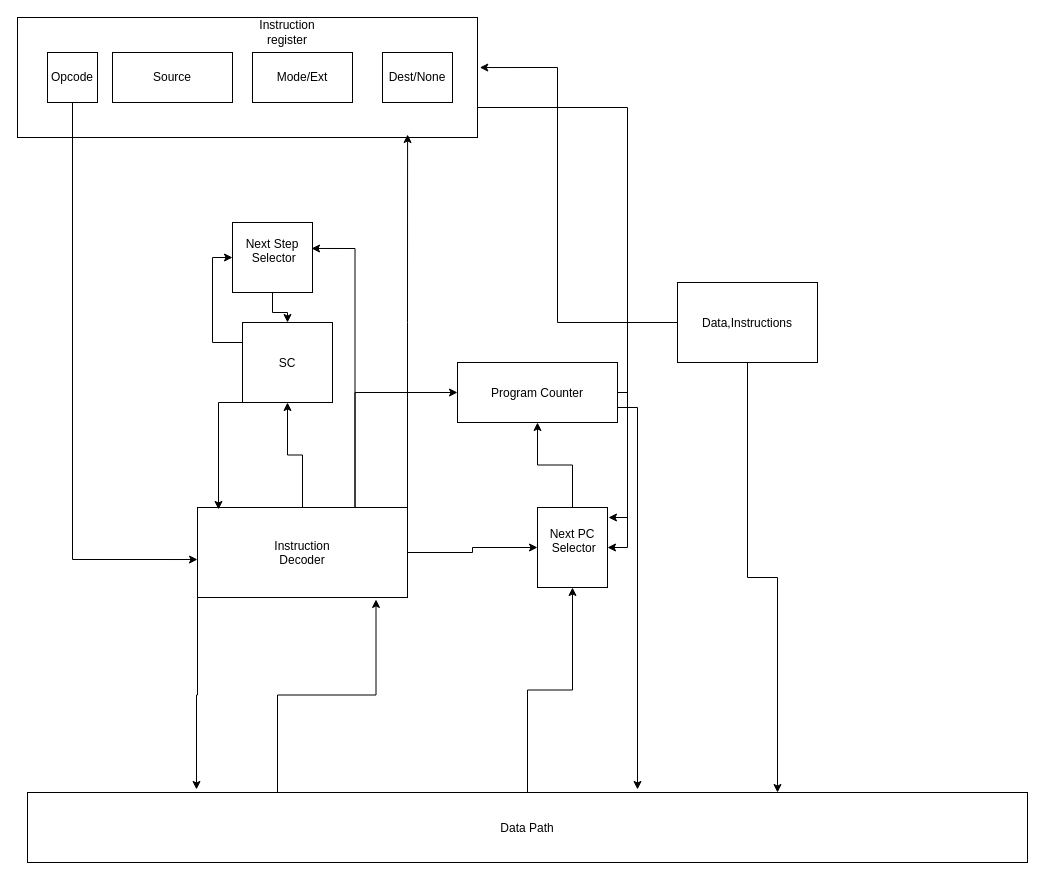
acrighthere/VTDungeon keeps this draw.io diagram as scheme.drawio. Above is the earlier version. Source tidied: cells renumbered, new cells numbered last; positions are measured from the earlier drawing's top-left corner, leaving out a move shared by most shapes. Both pictures are drawn from the tidied source at 100%, with x=0, y=0 at pixel (17, 17).
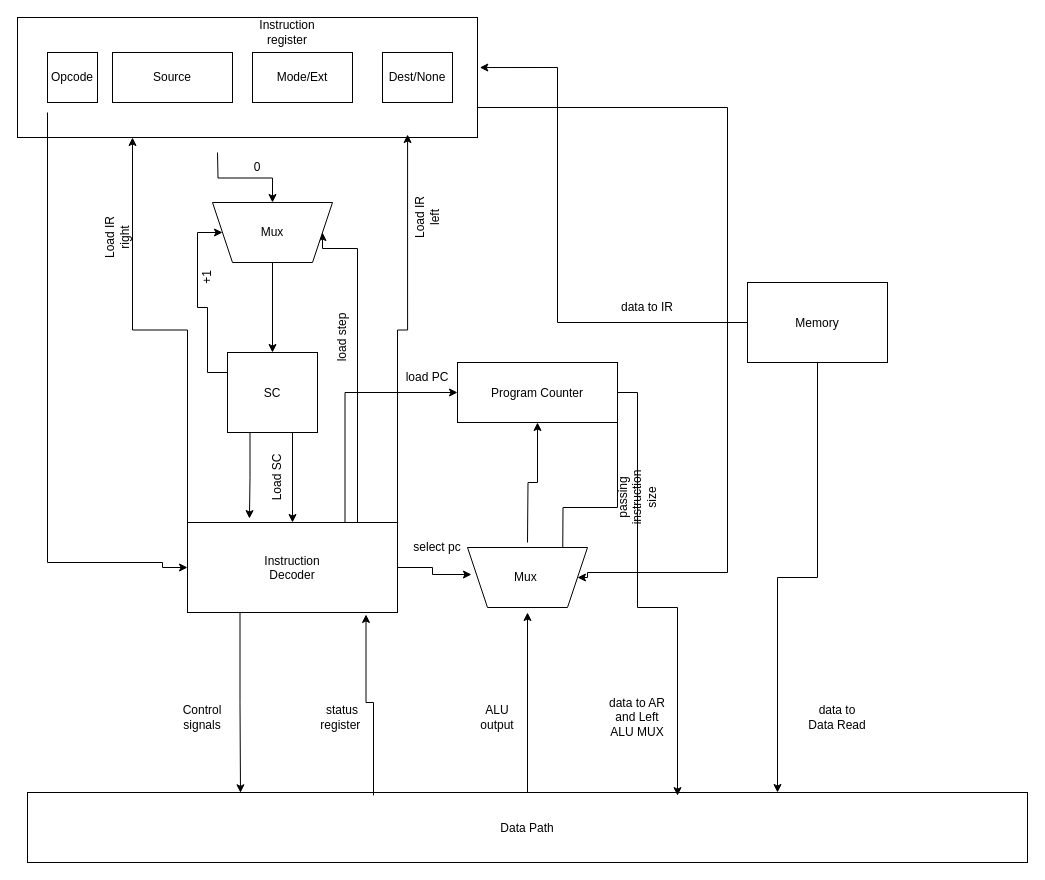
After the change.

The change refers to these unchanged cells:
```xml
<mxCell id="3" style="rounded=0;whiteSpace=wrap;html=1;" parent="1" vertex="1">
  <mxGeometry width="460" height="120" as="geometry" />
</mxCell>
<mxCell id="4" value="Opcode" style="whiteSpace=wrap;html=1;" parent="1" vertex="1">
  <mxGeometry x="30" y="35" width="50" height="50" as="geometry" />
</mxCell>
<mxCell id="16" value="Program Counter" parent="1" vertex="1">
  <mxGeometry x="440" y="345" width="160" height="60" as="geometry" />
</mxCell>
<mxCell id="22" value="Data Path" parent="1" vertex="1">
  <mxGeometry x="10" y="775" width="1000" height="70" as="geometry" />
</mxCell>
```

Change to the diagram source:
```diff
@@
-    <mxCell id="2" style="edgeStyle=orthogonalEdgeStyle;rounded=0;jettySize=auto;html=1;exitX=1;exitY=0.75;exitDx=0;exitDy=0;entryX=1;entryY=0.5;entryDx=0;entryDy=0;" parent="1" edge="1" source="3" target="18">
-      <mxGeometry relative="1" as="geometry" />
+    <mxCell id="2" style="edgeStyle=orthogonalEdgeStyle;rounded=0;jettySize=auto;html=1;exitX=1;exitY=0.75;exitDx=0;exitDy=0;entryX=0;entryY=0.5;entryDx=0;entryDy=0;" parent="1" edge="1" source="3" target="48">
+      <mxGeometry relative="1" as="geometry">
+        <Array as="points">
+          <mxPoint x="710" y="90" />
+          <mxPoint x="710" y="555" />
+          <mxPoint x="570" y="555" />
+          <mxPoint x="570" y="560" />
+        </Array>
+      </mxGeometry>
     </mxCell>
@@
-    <mxCell id="8" style="edgeStyle=orthogonalEdgeStyle;rounded=0;jettySize=auto;html=1;" parent="1" edge="1" source="9" target="11">
+    <mxCell id="8" style="edgeStyle=orthogonalEdgeStyle;rounded=0;jettySize=auto;html=1;exitX=0.5;exitY=0;exitDx=0;exitDy=0;" parent="1" edge="1" source="50" target="11">
       <mxGeometry relative="1" as="geometry" />
     </mxCell>
-    <mxCell id="9" value="Next Step&#10; Selector&#10;" parent="1" vertex="1">
-      <mxGeometry x="215" y="205" width="80" height="70" as="geometry" />
-    </mxCell>
-    <mxCell id="10" style="edgeStyle=orthogonalEdgeStyle;rounded=0;jettySize=auto;html=1;entryX=0;entryY=0.5;entryDx=0;entryDy=0;exitX=0;exitY=0.25;exitDx=0;exitDy=0;" parent="1" edge="1" source="11" target="9">
-      <mxGeometry relative="1" as="geometry" />
+    <mxCell id="10" style="edgeStyle=orthogonalEdgeStyle;rounded=0;jettySize=auto;html=1;exitX=0;exitY=0.25;exitDx=0;exitDy=0;entryX=1;entryY=0.5;entryDx=0;entryDy=0;" parent="1" edge="1" source="11" target="50">
+      <mxGeometry relative="1" as="geometry">
+        <Array as="points">
+          <mxPoint x="190" y="355" />
+          <mxPoint x="190" y="290" />
+          <mxPoint x="180" y="290" />
+          <mxPoint x="180" y="215" />
+        </Array>
+      </mxGeometry>
     </mxCell>
+    <mxCell id="33" style="edgeStyle=orthogonalEdgeStyle;rounded=0;jettySize=auto;html=1;exitX=0.75;exitY=1;exitDx=0;exitDy=0;entryX=0.5;entryY=0;entryDx=0;entryDy=0;" parent="1" edge="1" source="11" target="15">
+      <mxGeometry relative="1" as="geometry">
+        <Array as="points">
+          <mxPoint x="275" y="415" />
+        </Array>
+      </mxGeometry>
+    </mxCell>
     <mxCell id="11" value="SC" parent="1" vertex="1">
-      <mxGeometry x="225" y="305" width="90" height="80" as="geometry" />
+      <mxGeometry x="210" y="335" width="90" height="80" as="geometry" />
     </mxCell>
-    <mxCell id="12" style="edgeStyle=orthogonalEdgeStyle;rounded=0;jettySize=auto;html=1;entryX=0.5;entryY=1;entryDx=0;entryDy=0;" parent="1" edge="1" source="15" target="11">
-      <mxGeometry relative="1" as="geometry" />
-    </mxCell>
-    <mxCell id="13" style="edgeStyle=orthogonalEdgeStyle;rounded=0;jettySize=auto;html=1;entryX=0;entryY=0.5;entryDx=0;entryDy=0;" parent="1" edge="1" source="15" target="18">
+    <mxCell id="13" style="edgeStyle=orthogonalEdgeStyle;rounded=0;jettySize=auto;html=1;entryX=0.967;entryY=0.55;entryDx=0;entryDy=0;entryPerimeter=0;" parent="1" edge="1" source="15" target="48">
       <mxGeometry relative="1" as="geometry" />
     </mxCell>
@@
+    <mxCell id="34" style="edgeStyle=orthogonalEdgeStyle;rounded=0;jettySize=auto;html=1;exitX=0;exitY=0;exitDx=0;exitDy=0;entryX=0.25;entryY=1;entryDx=0;entryDy=0;" parent="1" edge="1" source="15" target="3">
+      <mxGeometry relative="1" as="geometry" />
+    </mxCell>
     <mxCell id="15" value="Instruction&#10;Decoder" parent="1" vertex="1">
-      <mxGeometry x="180" y="490" width="210" height="90" as="geometry" />
+      <mxGeometry x="170" y="505" width="210" height="90" as="geometry" />
     </mxCell>
+    <mxCell id="35" style="edgeStyle=orthogonalEdgeStyle;rounded=0;jettySize=auto;html=1;exitX=1;exitY=1;exitDx=0;exitDy=0;entryX=1;entryY=0.75;entryDx=0;entryDy=0;" parent="1" edge="1" source="16">
+      <mxGeometry relative="1" as="geometry">
+        <mxPoint x="545" y="575" as="targetPoint" />
+      </mxGeometry>
+    </mxCell>
@@
-    <mxCell id="17" style="edgeStyle=orthogonalEdgeStyle;rounded=0;jettySize=auto;html=1;entryX=0.5;entryY=1;entryDx=0;entryDy=0;" parent="1" edge="1" source="18" target="16">
-      <mxGeometry relative="1" as="geometry" />
+    <mxCell id="17" style="edgeStyle=orthogonalEdgeStyle;rounded=0;jettySize=auto;html=1;entryX=0.5;entryY=1;entryDx=0;entryDy=0;" parent="1" edge="1" target="16">
+      <mxGeometry relative="1" as="geometry">
+        <mxPoint x="510" y="525" as="sourcePoint" />
+      </mxGeometry>
     </mxCell>
-    <mxCell id="18" value="Next PC&#10; Selector&#10;" parent="1" vertex="1">
-      <mxGeometry x="520" y="490" width="70" height="80" as="geometry" />
-    </mxCell>
@@
-    <mxCell id="20" value="Data,Instructions" parent="1" vertex="1">
-      <mxGeometry x="660" y="265" width="140" height="80" as="geometry" />
+    <mxCell id="20" value="Memory" parent="1" vertex="1">
+      <mxGeometry x="730" y="265" width="140" height="80" as="geometry" />
     </mxCell>
-    <mxCell id="21" style="edgeStyle=orthogonalEdgeStyle;rounded=0;jettySize=auto;html=1;entryX=0.5;entryY=1;entryDx=0;entryDy=0;" parent="1" edge="1" source="22" target="18">
-      <mxGeometry relative="1" as="geometry" />
+    <mxCell id="21" style="edgeStyle=orthogonalEdgeStyle;rounded=0;jettySize=auto;html=1;entryX=0.5;entryY=1;entryDx=0;entryDy=0;" parent="1" edge="1" source="22">
+      <mxGeometry relative="1" as="geometry">
+        <mxPoint x="510" y="595" as="targetPoint" />
+      </mxGeometry>
     </mxCell>
@@
-    <mxCell id="25" style="edgeStyle=orthogonalEdgeStyle;rounded=0;jettySize=auto;html=1;exitX=0.25;exitY=0;exitDx=0;exitDy=0;entryX=0.85;entryY=1.022;entryDx=0;entryDy=0;entryPerimeter=0;" parent="1" edge="1" source="22" target="15">
+    <mxCell id="25" style="edgeStyle=orthogonalEdgeStyle;rounded=0;jettySize=auto;html=1;exitX=0.346;exitY=0.042;exitDx=0;exitDy=0;entryX=0.85;entryY=1.022;entryDx=0;entryDy=0;entryPerimeter=0;exitPerimeter=0;" parent="1" edge="1" source="22" target="15">
       <mxGeometry relative="1" as="geometry" />
     </mxCell>
-    <mxCell id="26" style="edgeStyle=orthogonalEdgeStyle;rounded=0;jettySize=auto;html=1;exitX=0;exitY=1;exitDx=0;exitDy=0;entryX=0.169;entryY=-0.043;entryDx=0;entryDy=0;entryPerimeter=0;" parent="1" edge="1" source="15" target="22">
-      <mxGeometry relative="1" as="geometry" />
-    </mxCell>
-    <mxCell id="27" style="edgeStyle=orthogonalEdgeStyle;rounded=0;jettySize=auto;html=1;exitX=0;exitY=1;exitDx=0;exitDy=0;entryX=0.1;entryY=0.022;entryDx=0;entryDy=0;entryPerimeter=0;" parent="1" edge="1" source="11" target="15">
-      <mxGeometry relative="1" as="geometry">
-        <Array as="points">
-          <mxPoint x="201" y="385" />
-        </Array>
-      </mxGeometry>
-    </mxCell>
-    <mxCell id="28" style="edgeStyle=orthogonalEdgeStyle;rounded=0;jettySize=auto;html=1;exitX=0.75;exitY=0;exitDx=0;exitDy=0;entryX=0.988;entryY=0.371;entryDx=0;entryDy=0;entryPerimeter=0;" parent="1" edge="1" source="15" target="9">
-      <mxGeometry relative="1" as="geometry" />
+    <mxCell id="28" style="edgeStyle=orthogonalEdgeStyle;rounded=0;jettySize=auto;html=1;exitX=0.819;exitY=0;exitDx=0;exitDy=0;entryX=0;entryY=0.5;entryDx=0;entryDy=0;exitPerimeter=0;" parent="1" edge="1" source="15" target="50">
+      <mxGeometry relative="1" as="geometry">
+        <Array as="points">
+          <mxPoint x="340" y="505" />
+          <mxPoint x="340" y="231" />
+          <mxPoint x="305" y="231" />
+        </Array>
+      </mxGeometry>
     </mxCell>
-    <mxCell id="29" style="edgeStyle=orthogonalEdgeStyle;rounded=0;jettySize=auto;html=1;entryX=1.014;entryY=0.125;entryDx=0;entryDy=0;entryPerimeter=0;" parent="1" edge="1" source="16" target="18">
-      <mxGeometry relative="1" as="geometry">
-        <Array as="points">
-          <mxPoint x="610" y="375" />
-          <mxPoint x="610" y="500" />
-        </Array>
-      </mxGeometry>
-    </mxCell>
-    <mxCell id="30" style="edgeStyle=orthogonalEdgeStyle;rounded=0;jettySize=auto;html=1;exitX=1;exitY=0.75;exitDx=0;exitDy=0;entryX=0.61;entryY=-0.043;entryDx=0;entryDy=0;entryPerimeter=0;" parent="1" edge="1" source="16" target="22">
+    <mxCell id="30" style="edgeStyle=orthogonalEdgeStyle;rounded=0;jettySize=auto;html=1;exitX=1;exitY=0.5;exitDx=0;exitDy=0;entryX=0.65;entryY=0.045;entryDx=0;entryDy=0;entryPerimeter=0;" parent="1" edge="1" source="16" target="22">
       <mxGeometry relative="1" as="geometry" />
     </mxCell>
@@
-    <mxCell id="32" style="edgeStyle=orthogonalEdgeStyle;rounded=0;jettySize=auto;html=1;entryX=0;entryY=0.578;entryDx=0;entryDy=0;entryPerimeter=0;" parent="1" edge="1" source="4" target="15">
+    <mxCell id="32" style="edgeStyle=orthogonalEdgeStyle;rounded=0;jettySize=auto;html=1;entryX=0;entryY=0.5;entryDx=0;entryDy=0;" parent="1" edge="1" target="15">
       <mxGeometry relative="1" as="geometry">
+        <mxPoint x="30" y="95" as="sourcePoint" />
         <Array as="points">
-          <mxPoint x="55" y="542" />
+          <mxPoint x="30" y="545" />
+          <mxPoint x="145" y="545" />
+          <mxPoint x="145" y="550" />
         </Array>
       </mxGeometry>
     </mxCell>
+    <mxCell id="36" value="data to IR" style="text;html=1;whiteSpace=wrap;strokeColor=none;fillColor=none;align=center;verticalAlign=middle;rounded=0;" parent="1" vertex="1">
+      <mxGeometry x="600" y="275" width="60" height="30" as="geometry" />
+    </mxCell>
+    <mxCell id="37" value="data to Data Read" style="text;html=1;whiteSpace=wrap;strokeColor=none;fillColor=none;align=center;verticalAlign=middle;rounded=0;rotation=0;" parent="1" vertex="1">
+      <mxGeometry x="790" y="685" width="60" height="30" as="geometry" />
+    </mxCell>
+    <mxCell id="38" value="Control signals" style="text;html=1;whiteSpace=wrap;strokeColor=none;fillColor=none;align=center;verticalAlign=middle;rounded=0;rotation=0;" parent="1" vertex="1">
+      <mxGeometry x="155" y="685" width="60" height="30" as="geometry" />
+    </mxCell>
+    <mxCell id="39" value="Load IR right" style="text;html=1;whiteSpace=wrap;strokeColor=none;fillColor=none;align=center;verticalAlign=middle;rounded=0;rotation=-90;" parent="1" vertex="1">
+      <mxGeometry x="70" y="205" width="60" height="30" as="geometry" />
+    </mxCell>
+    <mxCell id="40" value="Load IR left" style="text;html=1;whiteSpace=wrap;strokeColor=none;fillColor=none;align=center;verticalAlign=middle;rounded=0;rotation=-90;" parent="1" vertex="1">
+      <mxGeometry x="380" y="185" width="60" height="30" as="geometry" />
+    </mxCell>
+    <mxCell id="41" value="status register&amp;nbsp;" style="text;html=1;whiteSpace=wrap;strokeColor=none;fillColor=none;align=center;verticalAlign=middle;rounded=0;" parent="1" vertex="1">
+      <mxGeometry x="295" y="685" width="60" height="30" as="geometry" />
+    </mxCell>
+    <mxCell id="42" value="ALU output" style="text;html=1;whiteSpace=wrap;strokeColor=none;fillColor=none;align=center;verticalAlign=middle;rounded=0;rotation=0;" parent="1" vertex="1">
+      <mxGeometry x="450" y="685" width="60" height="30" as="geometry" />
+    </mxCell>
+    <mxCell id="43" value="data to AR and Left ALU MUX" style="text;html=1;whiteSpace=wrap;strokeColor=none;fillColor=none;align=center;verticalAlign=middle;rounded=0;rotation=0;" parent="1" vertex="1">
+      <mxGeometry x="590" y="685" width="60" height="30" as="geometry" />
+    </mxCell>
+    <mxCell id="44" value="passing instruction size" style="text;html=1;whiteSpace=wrap;strokeColor=none;fillColor=none;align=center;verticalAlign=middle;rounded=0;rotation=-90;" parent="1" vertex="1">
+      <mxGeometry x="590" y="465" width="60" height="30" as="geometry" />
+    </mxCell>
+    <mxCell id="45" value="load step" style="text;html=1;whiteSpace=wrap;strokeColor=none;fillColor=none;align=center;verticalAlign=middle;rounded=0;rotation=-90;" parent="1" vertex="1">
+      <mxGeometry x="295" y="305" width="60" height="30" as="geometry" />
+    </mxCell>
+    <mxCell id="46" value="select pc" style="text;html=1;whiteSpace=wrap;strokeColor=none;fillColor=none;align=center;verticalAlign=middle;rounded=0;" parent="1" vertex="1">
+      <mxGeometry x="390" y="515" width="60" height="30" as="geometry" />
+    </mxCell>
+    <mxCell id="26" style="edgeStyle=orthogonalEdgeStyle;rounded=0;jettySize=auto;html=1;exitX=0.25;exitY=1;exitDx=0;exitDy=0;entryX=0.213;entryY=0.004;entryDx=0;entryDy=0;entryPerimeter=0;" parent="1" edge="1" source="15" target="22">
+      <mxGeometry relative="1" as="geometry" />
+    </mxCell>
+    <mxCell id="47" value="+1" style="text;html=1;whiteSpace=wrap;strokeColor=none;fillColor=none;align=center;verticalAlign=middle;rounded=0;rotation=-90;" parent="1" vertex="1">
+      <mxGeometry x="160" y="245" width="60" height="30" as="geometry" />
+    </mxCell>
+    <mxCell id="48" style="shape=trapezoid;perimeter=trapezoidPerimeter;whiteSpace=wrap;html=1;fixedSize=1;rotation=-180;" parent="1" vertex="1">
+      <mxGeometry x="450" y="530" width="120" height="60" as="geometry" />
+    </mxCell>
+    <mxCell id="49" value="Mux&amp;nbsp;" style="text;html=1;whiteSpace=wrap;strokeColor=none;fillColor=none;align=center;verticalAlign=middle;rounded=0;" parent="1" vertex="1">
+      <mxGeometry x="480" y="545" width="60" height="30" as="geometry" />
+    </mxCell>
+    <mxCell id="50" style="shape=trapezoid;perimeter=trapezoidPerimeter;whiteSpace=wrap;html=1;fixedSize=1;rotation=-180;" parent="1" vertex="1">
+      <mxGeometry x="195" y="185" width="120" height="60" as="geometry" />
+    </mxCell>
+    <mxCell id="51" value="Mux" style="text;html=1;whiteSpace=wrap;strokeColor=none;fillColor=none;align=center;verticalAlign=middle;rounded=0;" parent="1" vertex="1">
+      <mxGeometry x="225" y="200" width="60" height="30" as="geometry" />
+    </mxCell>
+    <mxCell id="52" value="load PC" style="text;html=1;whiteSpace=wrap;strokeColor=none;fillColor=none;align=center;verticalAlign=middle;rounded=0;" parent="1" vertex="1">
+      <mxGeometry x="380" y="345" width="60" height="30" as="geometry" />
+    </mxCell>
+    <mxCell id="53" style="edgeStyle=orthogonalEdgeStyle;rounded=0;jettySize=auto;html=1;exitX=0.25;exitY=1;exitDx=0;exitDy=0;entryX=0.295;entryY=-0.044;entryDx=0;entryDy=0;entryPerimeter=0;" parent="1" edge="1" source="11" target="15">
+      <mxGeometry relative="1" as="geometry" />
+    </mxCell>
+    <mxCell id="54" value="Load SC" style="text;html=1;whiteSpace=wrap;strokeColor=none;fillColor=none;align=center;verticalAlign=middle;rounded=0;rotation=-90;" parent="1" vertex="1">
+      <mxGeometry x="230" y="445" width="60" height="30" as="geometry" />
+    </mxCell>
+    <mxCell id="55" style="endArrow=classic;html=1;rounded=0;entryX=0.5;entryY=1;entryDx=0;entryDy=0;edgeStyle=orthogonalEdgeStyle;" parent="1" edge="1" target="50">
+      <mxGeometry relative="1" as="geometry">
+        <mxPoint x="200" y="135" as="sourcePoint" />
+      </mxGeometry>
+    </mxCell>
+    <mxCell id="56" value="0" style="text;html=1;whiteSpace=wrap;strokeColor=none;fillColor=none;align=center;verticalAlign=middle;rounded=0;" parent="1" vertex="1">
+      <mxGeometry x="210" y="135" width="60" height="30" as="geometry" />
+    </mxCell>
```
